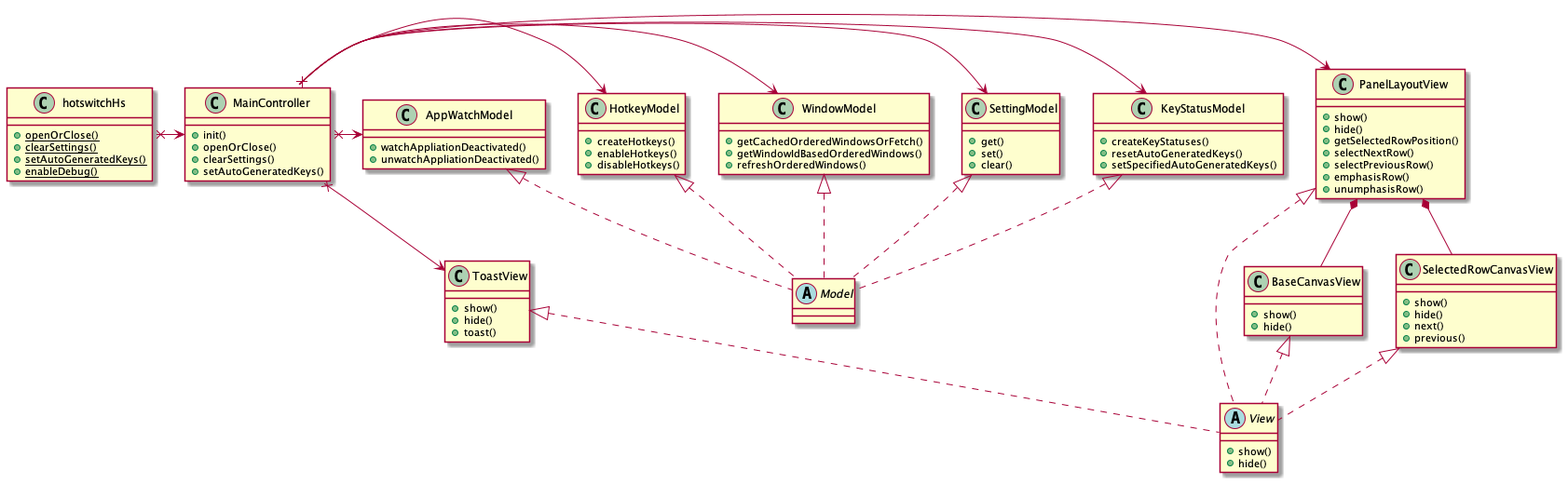
The PlantUML diagram uml/class_diagram.png in oniatsu/HotSwitch-HS, before a commit.
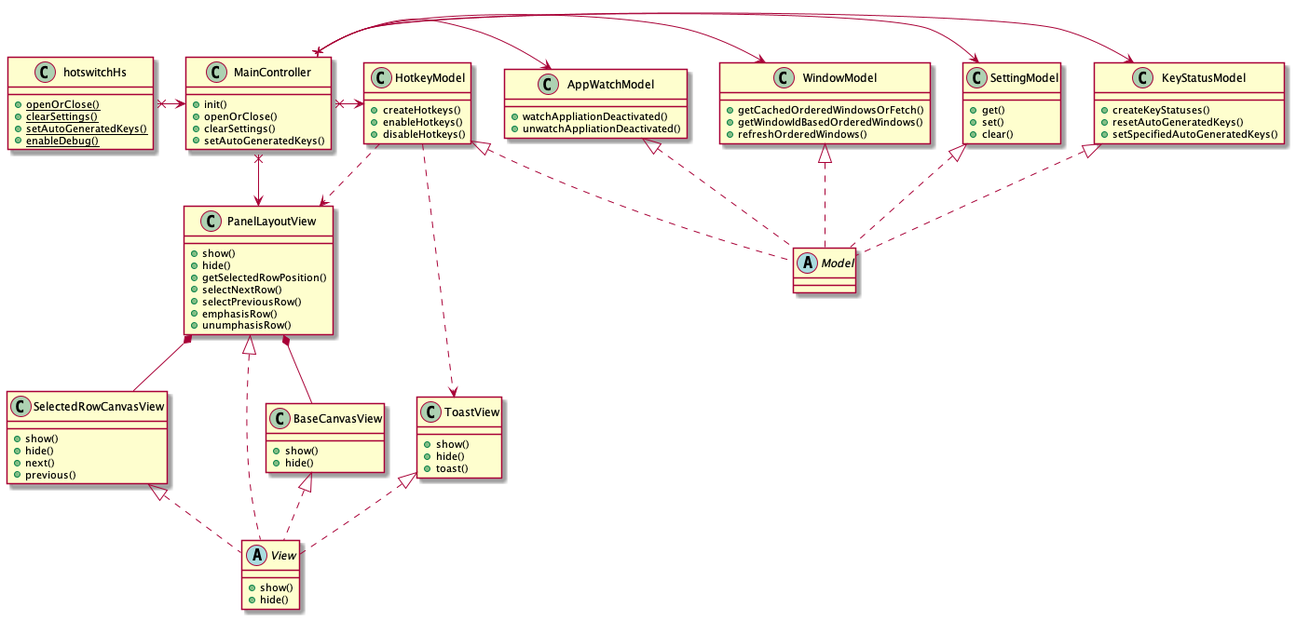
Above is the later version.

Change to the diagram source:
```diff
@@ -72,12 +72,14 @@
 hotswitchHs x-> MainController
 
 MainController x-> PanelLayoutView
-MainController x-> ToastView
 MainController x-> KeyStatusModel
 MainController x-> SettingModel
 MainController x-> WindowModel
 MainController x-> HotkeyModel
 MainController x-> AppWatchModel
+
+HotkeyModel ..> PanelLayoutView
+HotkeyModel ..> ToastView
 
 KeyStatusModel <|.. Model
 SettingModel <|.. Model
```
